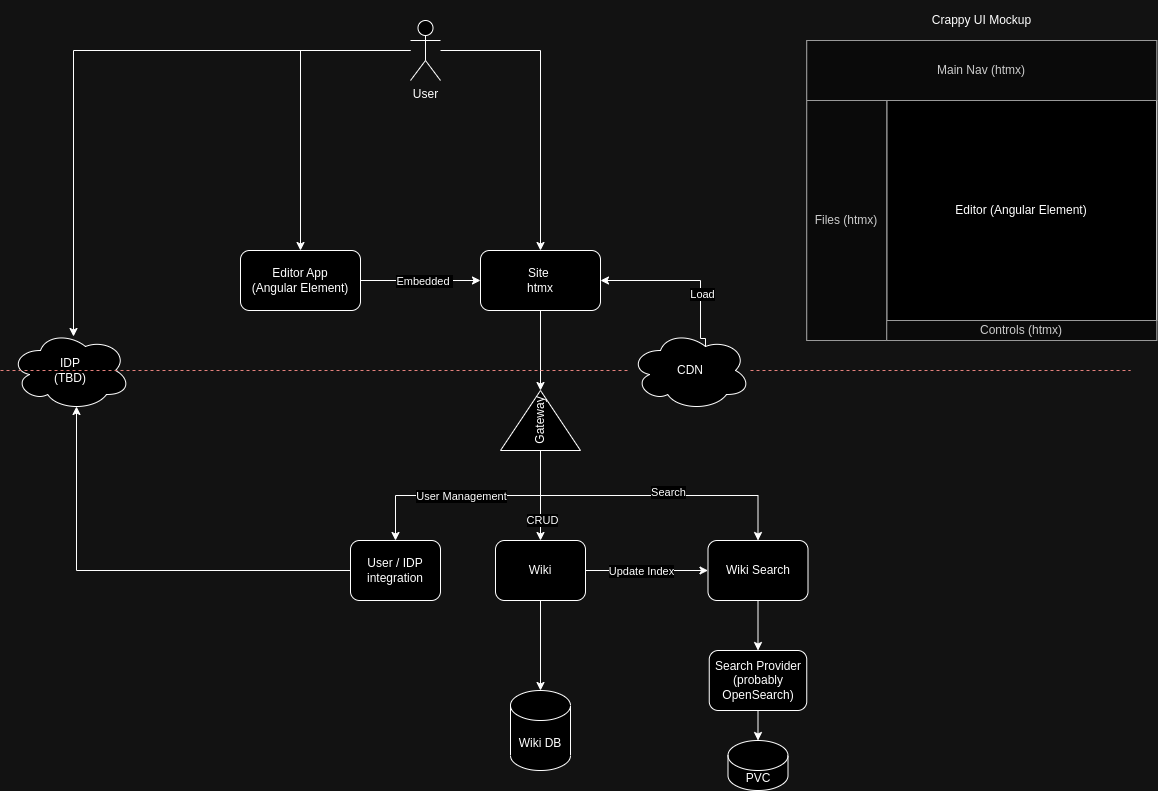
Earlier version of the draw.io export doc/system_design.drawio.png (CanadianCommander/devwiki). Source tidied: cells renumbered, new cells last; positions are measured from the earlier drawing's top-left corner, leaving out a move shared by most shapes. Source of this version:
```xml
<mxGraphModel>
  <root>
    <mxCell id="0" />
    <mxCell id="1" parent="0" />
    <mxCell id="2" style="edgeStyle=orthogonalEdgeStyle;rounded=0;jettySize=auto;html=1;" parent="1" edge="1" source="5" target="9">
      <mxGeometry relative="1" as="geometry" />
    </mxCell>
    <mxCell id="3" style="edgeStyle=orthogonalEdgeStyle;rounded=0;jettySize=auto;html=1;entryX=0.5;entryY=0;entryDx=0;entryDy=0;" parent="1" edge="1" source="5" target="10">
      <mxGeometry relative="1" as="geometry" />
    </mxCell>
    <mxCell id="4" style="edgeStyle=orthogonalEdgeStyle;rounded=0;jettySize=auto;html=1;entryX=0.525;entryY=0.075;entryDx=0;entryDy=0;entryPerimeter=0;" parent="1" edge="1" source="5" target="33">
      <mxGeometry relative="1" as="geometry" />
    </mxCell>
    <mxCell id="5" value="User" style="shape=umlActor;verticalLabelPosition=bottom;verticalAlign=top;html=1;outlineConnect=0;" parent="1" vertex="1">
      <mxGeometry x="410" y="20" width="30" height="60" as="geometry" />
    </mxCell>
    <mxCell id="6" style="edgeStyle=orthogonalEdgeStyle;rounded=0;jettySize=auto;html=1;exitX=0;exitY=0.5;exitDx=0;exitDy=0;entryX=1;entryY=0.5;entryDx=0;entryDy=0;endArrow=none;endFill=0;startArrow=classic;startFill=1;" parent="1" edge="1" source="9" target="10">
      <mxGeometry relative="1" as="geometry" />
    </mxCell>
    <mxCell id="7" value="Embedded&amp;nbsp;" style="edgeLabel;html=1;align=center;verticalAlign=middle;" parent="6" vertex="1">
      <mxGeometry x="-0.18" y="4" relative="1" as="geometry">
        <mxPoint x="-8" y="-4" as="offset" />
      </mxGeometry>
    </mxCell>
    <mxCell id="8" style="edgeStyle=orthogonalEdgeStyle;rounded=0;jettySize=auto;html=1;exitX=0.5;exitY=1;exitDx=0;exitDy=0;entryX=1;entryY=0.5;entryDx=0;entryDy=0;" parent="1" edge="1" source="9" target="26">
      <mxGeometry relative="1" as="geometry" />
    </mxCell>
    <mxCell id="9" value="Site&amp;nbsp;&lt;br&gt;htmx" style="rounded=1;whiteSpace=wrap;html=1;" parent="1" vertex="1">
      <mxGeometry x="480" y="250" width="120" height="60" as="geometry" />
    </mxCell>
    <mxCell id="10" value="Editor App&lt;br&gt;(Angular Element)" style="rounded=1;whiteSpace=wrap;html=1;" parent="1" vertex="1">
      <mxGeometry x="240" y="250" width="120" height="60" as="geometry" />
    </mxCell>
    <mxCell id="11" style="rounded=0;whiteSpace=wrap;html=1;fillColor=#f5f5f5;fontColor=#333333;strokeColor=#666666;" parent="1" vertex="1">
      <mxGeometry x="806.2" y="40" width="350" height="300" as="geometry" />
    </mxCell>
    <mxCell id="12" value="Editor (Angular Element)" style="rounded=0;whiteSpace=wrap;html=1;" parent="1" vertex="1">
      <mxGeometry x="886.2" y="100" width="270" height="220" as="geometry" />
    </mxCell>
    <mxCell id="13" value="Main Nav (htmx)" style="rounded=0;whiteSpace=wrap;html=1;fillColor=#f5f5f5;fontColor=#333333;strokeColor=#666666;" parent="1" vertex="1">
      <mxGeometry x="806.2" y="40" width="350" height="60" as="geometry" />
    </mxCell>
    <mxCell id="14" value="Files (htmx)" style="rounded=0;whiteSpace=wrap;html=1;fillColor=#f5f5f5;fontColor=#333333;strokeColor=#666666;" parent="1" vertex="1">
      <mxGeometry x="806.2" y="100" width="80" height="240" as="geometry" />
    </mxCell>
    <mxCell id="15" value="Controls (htmx)" style="rounded=0;whiteSpace=wrap;html=1;fillColor=#f5f5f5;fontColor=#333333;strokeColor=#666666;" parent="1" vertex="1">
      <mxGeometry x="886.2" y="320" width="270" height="20" as="geometry" />
    </mxCell>
    <mxCell id="16" value="Crappy UI Mockup" style="text;html=1;strokeColor=none;fillColor=none;align=center;verticalAlign=middle;whiteSpace=wrap;rounded=0;" parent="1" vertex="1">
      <mxGeometry x="883.8" width="195" height="40" as="geometry" />
    </mxCell>
    <mxCell id="17" style="endArrow=none;dashed=1;html=1;rounded=0;fillColor=#f8cecc;strokeColor=#b85450;" parent="1" edge="1" source="41">
      <mxGeometry relative="1" as="geometry">
        <mxPoint x="1130" y="370" as="targetPoint" />
      </mxGeometry>
    </mxCell>
    <mxCell id="18" style="edgeStyle=orthogonalEdgeStyle;rounded=0;jettySize=auto;html=1;exitX=0;exitY=0.5;exitDx=0;exitDy=0;entryX=0.55;entryY=0.95;entryDx=0;entryDy=0;entryPerimeter=0;" parent="1" edge="1" source="19" target="33">
      <mxGeometry relative="1" as="geometry" />
    </mxCell>
    <mxCell id="19" value="User / IDP integration" style="rounded=1;whiteSpace=wrap;html=1;" parent="1" vertex="1">
      <mxGeometry x="350" y="540" width="90" height="60" as="geometry" />
    </mxCell>
    <mxCell id="20" style="edgeStyle=orthogonalEdgeStyle;rounded=0;jettySize=auto;html=1;exitX=0;exitY=0.5;exitDx=0;exitDy=0;entryX=0.5;entryY=0;entryDx=0;entryDy=0;" parent="1" edge="1" source="26" target="32">
      <mxGeometry relative="1" as="geometry" />
    </mxCell>
    <mxCell id="21" value="Search" style="edgeLabel;html=1;align=center;verticalAlign=middle;" parent="20" vertex="1">
      <mxGeometry x="0.12" y="4" relative="1" as="geometry" />
    </mxCell>
    <mxCell id="22" style="edgeStyle=orthogonalEdgeStyle;rounded=0;jettySize=auto;html=1;exitX=0;exitY=0.5;exitDx=0;exitDy=0;" parent="1" edge="1" source="26" target="30">
      <mxGeometry relative="1" as="geometry" />
    </mxCell>
    <mxCell id="23" value="CRUD" style="edgeLabel;html=1;align=center;verticalAlign=middle;" parent="22" vertex="1">
      <mxGeometry x="0.53" y="1" relative="1" as="geometry" />
    </mxCell>
    <mxCell id="24" style="edgeStyle=orthogonalEdgeStyle;rounded=0;jettySize=auto;html=1;exitX=0;exitY=0.5;exitDx=0;exitDy=0;entryX=0.5;entryY=0;entryDx=0;entryDy=0;" parent="1" edge="1" source="26" target="19">
      <mxGeometry relative="1" as="geometry" />
    </mxCell>
    <mxCell id="25" value="User Management" style="edgeLabel;html=1;align=center;verticalAlign=middle;" parent="24" vertex="1">
      <mxGeometry x="0.08" relative="1" as="geometry">
        <mxPoint x="2" as="offset" />
      </mxGeometry>
    </mxCell>
    <mxCell id="26" value="Gateway" style="triangle;whiteSpace=wrap;html=1;rotation=-90;" parent="1" vertex="1">
      <mxGeometry x="510" y="380" width="60" height="80" as="geometry" />
    </mxCell>
    <mxCell id="27" style="edgeStyle=orthogonalEdgeStyle;rounded=0;jettySize=auto;html=1;exitX=0.5;exitY=1;exitDx=0;exitDy=0;" parent="1" edge="1" source="30" target="34">
      <mxGeometry relative="1" as="geometry" />
    </mxCell>
    <mxCell id="28" style="edgeStyle=orthogonalEdgeStyle;rounded=0;jettySize=auto;html=1;exitX=1;exitY=0.5;exitDx=0;exitDy=0;entryX=0;entryY=0.5;entryDx=0;entryDy=0;" parent="1" edge="1" source="30" target="32">
      <mxGeometry relative="1" as="geometry" />
    </mxCell>
    <mxCell id="29" value="Update Index" style="edgeLabel;html=1;align=center;verticalAlign=middle;" parent="28" vertex="1">
      <mxGeometry x="0.15" y="-2" relative="1" as="geometry">
        <mxPoint x="-16" y="-2" as="offset" />
      </mxGeometry>
    </mxCell>
    <mxCell id="30" value="Wiki" style="rounded=1;whiteSpace=wrap;html=1;" parent="1" vertex="1">
      <mxGeometry x="495" y="540" width="90" height="60" as="geometry" />
    </mxCell>
    <mxCell id="31" style="edgeStyle=orthogonalEdgeStyle;rounded=0;jettySize=auto;html=1;exitX=0.5;exitY=1;exitDx=0;exitDy=0;entryX=0.5;entryY=0;entryDx=0;entryDy=0;" parent="1" edge="1" source="32" target="37">
      <mxGeometry relative="1" as="geometry" />
    </mxCell>
    <mxCell id="32" value="Wiki Search" style="rounded=1;whiteSpace=wrap;html=1;" parent="1" vertex="1">
      <mxGeometry x="707.5" y="540" width="100" height="60" as="geometry" />
    </mxCell>
    <mxCell id="33" value="IDP&lt;br&gt;(TBD)" style="ellipse;shape=cloud;whiteSpace=wrap;html=1;" parent="1" vertex="1">
      <mxGeometry x="10" y="330" width="120" height="80" as="geometry" />
    </mxCell>
    <mxCell id="34" value="Wiki DB" style="shape=cylinder3;whiteSpace=wrap;html=1;boundedLbl=1;backgroundOutline=1;size=15;" parent="1" vertex="1">
      <mxGeometry x="510" y="690" width="60" height="80" as="geometry" />
    </mxCell>
    <mxCell id="35" value="PVC" style="shape=cylinder3;whiteSpace=wrap;html=1;boundedLbl=1;backgroundOutline=1;size=15;" parent="1" vertex="1">
      <mxGeometry x="727.5" y="740" width="60" height="50" as="geometry" />
    </mxCell>
    <mxCell id="36" style="edgeStyle=orthogonalEdgeStyle;rounded=0;jettySize=auto;html=1;exitX=0.5;exitY=1;exitDx=0;exitDy=0;entryX=0.5;entryY=0;entryDx=0;entryDy=0;entryPerimeter=0;" parent="1" edge="1" source="37" target="35">
      <mxGeometry relative="1" as="geometry" />
    </mxCell>
    <mxCell id="37" value="Search Provider (probably OpenSearch)" style="rounded=1;whiteSpace=wrap;html=1;" parent="1" vertex="1">
      <mxGeometry x="708.8" y="650" width="97.5" height="60" as="geometry" />
    </mxCell>
    <mxCell id="38" style="endArrow=none;dashed=1;html=1;rounded=0;fillColor=#f8cecc;strokeColor=#b85450;" parent="1" edge="1" target="41">
      <mxGeometry relative="1" as="geometry">
        <mxPoint y="370" as="sourcePoint" />
      </mxGeometry>
    </mxCell>
    <mxCell id="39" style="edgeStyle=orthogonalEdgeStyle;rounded=0;jettySize=auto;html=1;exitX=0.625;exitY=0.2;exitDx=0;exitDy=0;exitPerimeter=0;entryX=1;entryY=0.5;entryDx=0;entryDy=0;" parent="1" edge="1" source="41" target="9">
      <mxGeometry relative="1" as="geometry">
        <Array as="points">
          <mxPoint x="705" y="338" />
          <mxPoint x="700" y="338" />
          <mxPoint x="700" y="280" />
        </Array>
      </mxGeometry>
    </mxCell>
    <mxCell id="40" value="Load" style="edgeLabel;html=1;align=center;verticalAlign=middle;" parent="39" vertex="1">
      <mxGeometry x="-0.32" y="-1" relative="1" as="geometry" />
    </mxCell>
    <mxCell id="41" value="CDN" style="ellipse;shape=cloud;whiteSpace=wrap;html=1;" parent="1" vertex="1">
      <mxGeometry x="630" y="330" width="120" height="80" as="geometry" />
    </mxCell>
  </root>
</mxGraphModel>
```
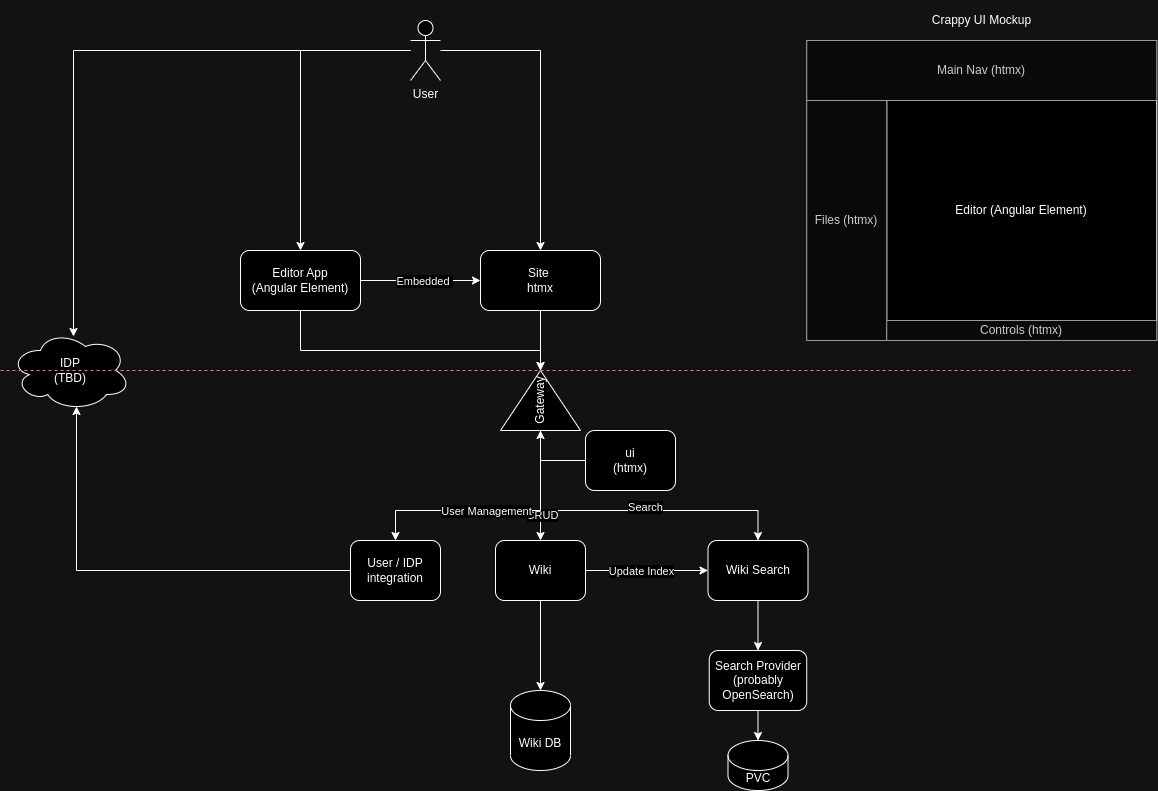
Later version of the same file.

What changed in the source:
```diff
@@ -28,6 +28,14 @@
     <mxCell id="9" value="Site&amp;nbsp;&lt;br&gt;htmx" style="rounded=1;whiteSpace=wrap;html=1;" parent="1" vertex="1">
       <mxGeometry x="480" y="250" width="120" height="60" as="geometry" />
     </mxCell>
+    <mxCell id="42" style="edgeStyle=orthogonalEdgeStyle;rounded=0;jettySize=auto;html=1;exitX=0.5;exitY=1;exitDx=0;exitDy=0;entryX=1;entryY=0.5;entryDx=0;entryDy=0;" parent="1" edge="1" source="10" target="26">
+      <mxGeometry relative="1" as="geometry">
+        <Array as="points">
+          <mxPoint x="300" y="350" />
+          <mxPoint x="540" y="350" />
+        </Array>
+      </mxGeometry>
+    </mxCell>
     <mxCell id="10" value="Editor App&lt;br&gt;(Angular Element)" style="rounded=1;whiteSpace=wrap;html=1;" parent="1" vertex="1">
       <mxGeometry x="240" y="250" width="120" height="60" as="geometry" />
     </mxCell>
@@ -49,8 +57,9 @@
     <mxCell id="16" value="Crappy UI Mockup" style="text;html=1;strokeColor=none;fillColor=none;align=center;verticalAlign=middle;whiteSpace=wrap;rounded=0;" parent="1" vertex="1">
       <mxGeometry x="883.8" width="195" height="40" as="geometry" />
     </mxCell>
-    <mxCell id="17" style="endArrow=none;dashed=1;html=1;rounded=0;fillColor=#f8cecc;strokeColor=#b85450;" parent="1" edge="1" source="41">
+    <mxCell id="17" style="endArrow=none;dashed=1;html=1;rounded=0;fillColor=#f8cecc;strokeColor=#b85450;" parent="1" edge="1">
       <mxGeometry relative="1" as="geometry">
+        <mxPoint x="630" y="370" as="sourcePoint" />
         <mxPoint x="1130" y="370" as="targetPoint" />
       </mxGeometry>
     </mxCell>
@@ -61,7 +70,12 @@
       <mxGeometry x="350" y="540" width="90" height="60" as="geometry" />
     </mxCell>
     <mxCell id="20" style="edgeStyle=orthogonalEdgeStyle;rounded=0;jettySize=auto;html=1;exitX=0;exitY=0.5;exitDx=0;exitDy=0;entryX=0.5;entryY=0;entryDx=0;entryDy=0;" parent="1" edge="1" source="26" target="32">
-      <mxGeometry relative="1" as="geometry" />
+      <mxGeometry relative="1" as="geometry">
+        <Array as="points">
+          <mxPoint x="540" y="510" />
+          <mxPoint x="758" y="510" />
+        </Array>
+      </mxGeometry>
     </mxCell>
     <mxCell id="21" value="Search" style="edgeLabel;html=1;align=center;verticalAlign=middle;" parent="20" vertex="1">
       <mxGeometry x="0.12" y="4" relative="1" as="geometry" />
@@ -73,7 +87,12 @@
       <mxGeometry x="0.53" y="1" relative="1" as="geometry" />
     </mxCell>
     <mxCell id="24" style="edgeStyle=orthogonalEdgeStyle;rounded=0;jettySize=auto;html=1;exitX=0;exitY=0.5;exitDx=0;exitDy=0;entryX=0.5;entryY=0;entryDx=0;entryDy=0;" parent="1" edge="1" source="26" target="19">
-      <mxGeometry relative="1" as="geometry" />
+      <mxGeometry relative="1" as="geometry">
+        <Array as="points">
+          <mxPoint x="540" y="510" />
+          <mxPoint x="395" y="510" />
+        </Array>
+      </mxGeometry>
     </mxCell>
     <mxCell id="25" value="User Management" style="edgeLabel;html=1;align=center;verticalAlign=middle;" parent="24" vertex="1">
       <mxGeometry x="0.08" relative="1" as="geometry">
@@ -81,7 +100,7 @@
       </mxGeometry>
     </mxCell>
     <mxCell id="26" value="Gateway" style="triangle;whiteSpace=wrap;html=1;rotation=-90;" parent="1" vertex="1">
-      <mxGeometry x="510" y="380" width="60" height="80" as="geometry" />
+      <mxGeometry x="510" y="360" width="60" height="80" as="geometry" />
     </mxCell>
     <mxCell id="27" style="edgeStyle=orthogonalEdgeStyle;rounded=0;jettySize=auto;html=1;exitX=0.5;exitY=1;exitDx=0;exitDy=0;" parent="1" edge="1" source="30" target="34">
       <mxGeometry relative="1" as="geometry" />
@@ -118,25 +137,17 @@
     <mxCell id="37" value="Search Provider (probably OpenSearch)" style="rounded=1;whiteSpace=wrap;html=1;" parent="1" vertex="1">
       <mxGeometry x="708.8" y="650" width="97.5" height="60" as="geometry" />
     </mxCell>
-    <mxCell id="38" style="endArrow=none;dashed=1;html=1;rounded=0;fillColor=#f8cecc;strokeColor=#b85450;" parent="1" edge="1" target="41">
+    <mxCell id="38" style="endArrow=none;dashed=1;html=1;rounded=0;fillColor=#f8cecc;strokeColor=#b85450;" parent="1" edge="1">
       <mxGeometry relative="1" as="geometry">
         <mxPoint y="370" as="sourcePoint" />
+        <mxPoint x="630" y="370" as="targetPoint" />
       </mxGeometry>
     </mxCell>
-    <mxCell id="39" style="edgeStyle=orthogonalEdgeStyle;rounded=0;jettySize=auto;html=1;exitX=0.625;exitY=0.2;exitDx=0;exitDy=0;exitPerimeter=0;entryX=1;entryY=0.5;entryDx=0;entryDy=0;" parent="1" edge="1" source="41" target="9">
-      <mxGeometry relative="1" as="geometry">
-        <Array as="points">
-          <mxPoint x="705" y="338" />
-          <mxPoint x="700" y="338" />
-          <mxPoint x="700" y="280" />
-        </Array>
-      </mxGeometry>
-    </mxCell>
-    <mxCell id="40" value="Load" style="edgeLabel;html=1;align=center;verticalAlign=middle;" parent="39" vertex="1">
-      <mxGeometry x="-0.32" y="-1" relative="1" as="geometry" />
-    </mxCell>
-    <mxCell id="41" value="CDN" style="ellipse;shape=cloud;whiteSpace=wrap;html=1;" parent="1" vertex="1">
-      <mxGeometry x="630" y="330" width="120" height="80" as="geometry" />
-    </mxCell>
+    <mxCell id="43" style="edgeStyle=orthogonalEdgeStyle;rounded=0;jettySize=auto;html=1;exitX=0;exitY=0.5;exitDx=0;exitDy=0;entryX=0;entryY=0.5;entryDx=0;entryDy=0;" parent="1" edge="1" source="44" target="26">
+      <mxGeometry relative="1" as="geometry" />
+    </mxCell>
+    <mxCell id="44" value="ui&lt;br&gt;(htmx)" style="rounded=1;whiteSpace=wrap;html=1;" parent="1" vertex="1">
+      <mxGeometry x="585" y="430" width="90" height="60" as="geometry" />
+    </mxCell>
   </root>
 </mxGraphModel>
```
